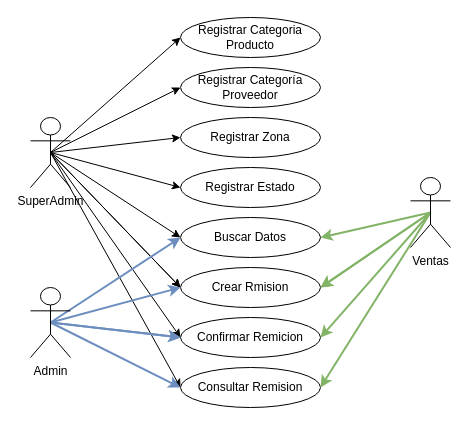
The draw.io diagram Casos de uso V2.drawio in KAI1718/practicas, before the edit. Source tidied: cells renumbered, new cells numbered last; positions are measured from the earlier drawing's top-left corner, leaving out a move shared by most shapes. Both pictures are drawn from the tidied source at 100%, with x=0, y=0 at pixel (30, 17).
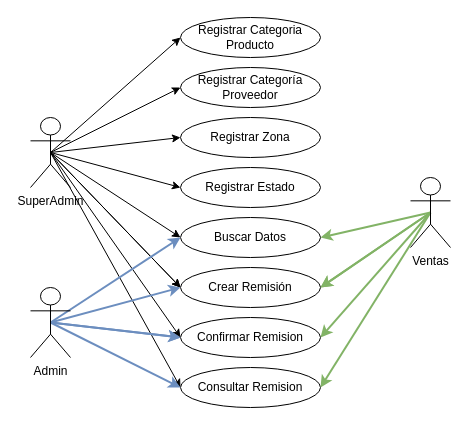
Above is the later version.

Change to the diagram source:
```diff
@@
-    <mxCell id="7" value="Crear Rmision" style="ellipse;whiteSpace=wrap;html=1;" parent="1" vertex="1">
+    <mxCell id="7" value="Crear Remisión" style="ellipse;whiteSpace=wrap;html=1;" parent="1" vertex="1">
       <mxGeometry x="150" y="250" width="140" height="40" as="geometry" />
     </mxCell>
@@
-    <mxCell id="9" value="Confirmar Remicion" style="ellipse;whiteSpace=wrap;html=1;" parent="1" vertex="1">
+    <mxCell id="9" value="Confirmar Remision" style="ellipse;whiteSpace=wrap;html=1;" parent="1" vertex="1">
       <mxGeometry x="150" y="300" width="140" height="40" as="geometry" />
     </mxCell>
```
